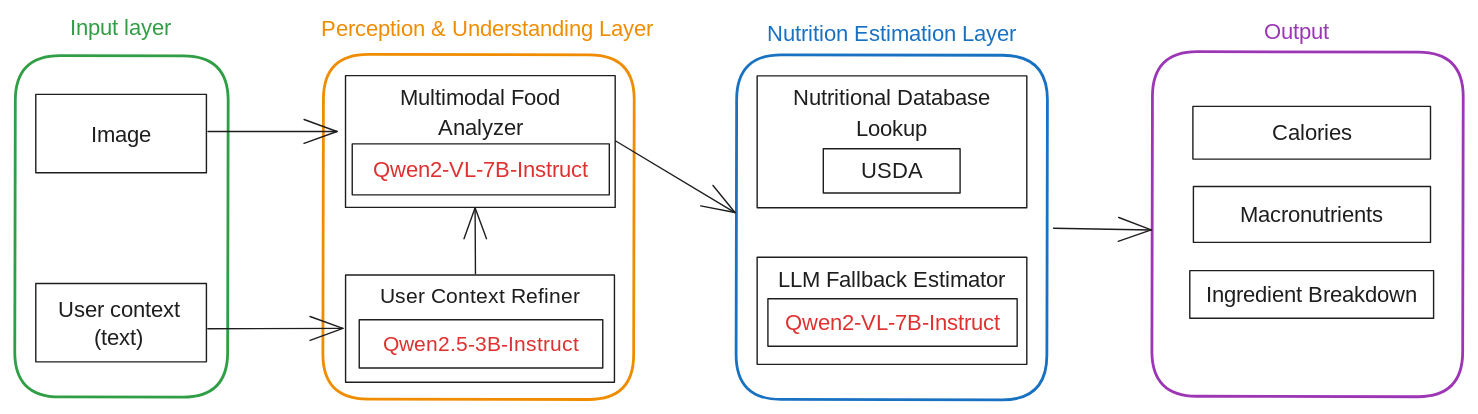
Earlier version of the Excalidraw export pipeline_arquitectura.excalidraw.svg (hepejaAED/CalorIA). Source tidied: one line per element, renumbered; positions are measured from the earlier drawing's top-left corner, leaving out a move shared by most shapes.
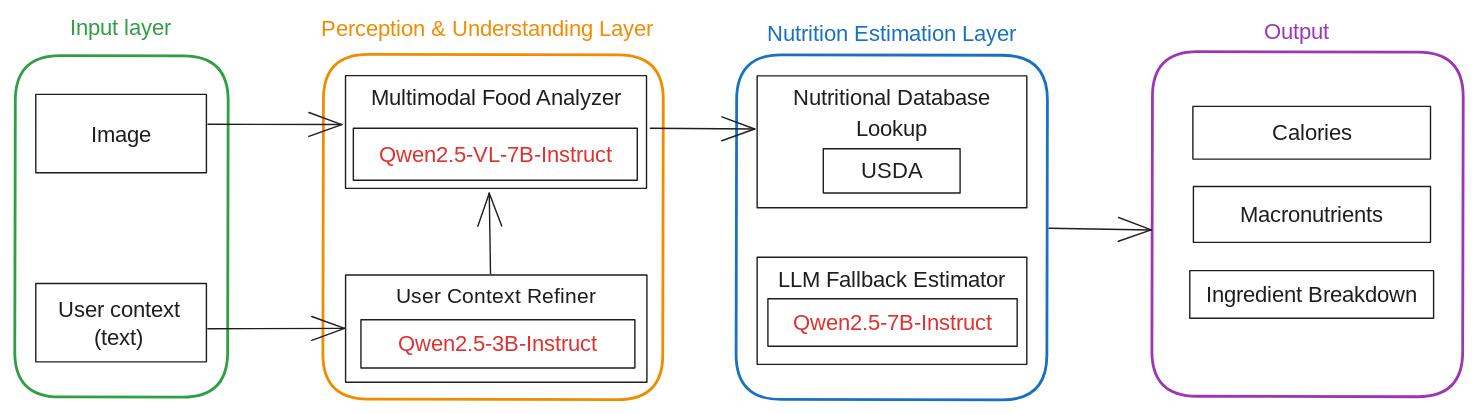
Above is the later version.

Commit message:
Cambio de modelo

Change to the diagram source:
```diff
@@ -1,25 +1,25 @@
-{"id": 0, "type": "rectangle", "strokeColor": "#f08c00", "angle": 0.0, "strokeWidth": 2, "roughness": 0, "round": true, "x": 220, "y": 29, "width": 222, "height": 246}
+{"id": 0, "type": "rectangle", "strokeColor": "#f08c00", "angle": 0.0, "strokeWidth": 2, "roughness": 0, "round": true, "x": 220, "y": 29, "width": 243, "height": 246}
 {"id": 1, "type": "rectangle", "strokeColor": "#2f9e44", "angle": 0.0, "strokeWidth": 2, "roughness": 0, "round": true, "x": 0, "y": 30, "width": 152, "height": 244}
 {"id": 2, "type": "text", "text": "Input layer", "strokeColor": "#2f9e44", "strokeWidth": 2, "roughness": 0, "fontSize": 16, "fontFamily": 6, "textAlign": "center", "x": 37, "y": 0, "width": 77, "height": 20}
 {"id": 3, "type": "rectangle", "strokeColor": "#1e1e1e", "strokeWidth": 1, "roughness": 0, "x": 15, "y": 58, "width": 122, "height": 56}
 {"id": 4, "type": "text", "text": "Image", "strokeColor": "#1e1e1e", "strokeWidth": 1, "roughness": 0, "fontSize": 16, "fontFamily": 6, "textAlign": "center", "x": 53, "y": 76, "width": 44, "height": 20}
 {"id": 5, "type": "rectangle", "strokeColor": "#1e1e1e", "strokeWidth": 1, "roughness": 0, "x": 15, "y": 193, "width": 122, "height": 56}
 {"id": 6, "type": "text", "text": "User context\n(text)", "strokeColor": "#1e1e1e", "strokeWidth": 1, "roughness": 0, "fontSize": 16, "fontFamily": 6, "textAlign": "center", "x": 28, "y": 201, "width": 92, "height": 40}
-{"id": 7, "type": "arrow", "strokeColor": "#1e1e1e", "strokeWidth": 1, "roughness": 0, "endArrowhead": "arrow", "from": 5, "to": 16, "x": 138, "y": 225, "width": 97, "height": 0, "points": [[0, 0], [97, 0]]}
+{"id": 7, "type": "arrow", "strokeColor": "#1e1e1e", "strokeWidth": 1, "roughness": 0, "endArrowhead": "arrow", "from": 5, "to": 16, "x": 138, "y": 225, "width": 98, "height": 0, "points": [[0, 0], [98, 0]]}
 {"id": 8, "type": "rectangle", "strokeColor": "#1971c2", "angle": 0.0, "strokeWidth": 2, "roughness": 0, "round": true, "x": 516, "y": 29, "width": 222, "height": 246}
-{"id": 9, "type": "rectangle", "strokeColor": "#1e1e1e", "strokeWidth": 1, "roughness": 0, "x": 236, "y": 44, "width": 193, "height": 94}
+{"id": 9, "type": "rectangle", "strokeColor": "#1e1e1e", "strokeWidth": 1, "roughness": 0, "x": 236, "y": 44, "width": 215, "height": 81}
-{"id": 10, "type": "text", "text": "Multimodal Food\nAnalyzer", "strokeColor": "#1e1e1e", "strokeWidth": 1, "roughness": 0, "fontSize": 16, "fontFamily": 6, "textAlign": "center", "inside": 9, "x": 271, "y": 49, "width": 123, "height": 43}
+{"id": 10, "type": "text", "text": "Multimodal Food Analyzer", "strokeColor": "#1e1e1e", "strokeWidth": 1, "roughness": 0, "fontSize": 16, "fontFamily": 6, "textAlign": "center", "inside": 9, "x": 249, "y": 49, "width": 191, "height": 22}
-{"id": 11, "type": "rectangle", "strokeColor": "#1e1e1e", "strokeWidth": 1, "roughness": 0, "x": 241, "y": 93, "width": 184, "height": 36}
+{"id": 11, "type": "rectangle", "strokeColor": "#1e1e1e", "strokeWidth": 1, "roughness": 0, "x": 242, "y": 82, "width": 203, "height": 37}
-{"id": 12, "type": "text", "text": "Qwen2-VL-7B-Instruct", "strokeColor": "#e03131", "strokeWidth": 1, "roughness": 0, "fontSize": 16, "fontFamily": 6, "textAlign": "center", "verticalAlign": "middle", "inside": 11, "x": 249, "y": 100, "width": 167, "height": 22}
+{"id": 12, "type": "text", "text": "Qwen2.5-VL-7B-Instruct", "strokeColor": "#e03131", "strokeWidth": 1, "roughness": 0, "fontSize": 16, "fontFamily": 6, "textAlign": "center", "verticalAlign": "middle", "inside": 11, "x": 253, "y": 89, "width": 181, "height": 22}
-{"id": 13, "type": "arrow", "strokeColor": "#1e1e1e", "strokeWidth": 1, "roughness": 0, "endArrowhead": "arrow", "from": 3, "to": 11, "x": 138, "y": 84, "width": 92, "height": 0, "points": [[0, 0], [92, 0]]}
+{"id": 13, "type": "arrow", "strokeColor": "#1e1e1e", "strokeWidth": 1, "roughness": 0, "endArrowhead": "arrow", "from": 3, "to": 11, "x": 138, "y": 79, "width": 96, "height": 0, "points": [[0, 0], [96, 0]]}
-{"id": 14, "type": "rectangle", "strokeColor": "#1e1e1e", "strokeWidth": 1, "roughness": 0, "x": 236, "y": 187, "width": 192, "height": 77}
+{"id": 14, "type": "rectangle", "strokeColor": "#1e1e1e", "strokeWidth": 1, "roughness": 0, "x": 236, "y": 187, "width": 215, "height": 77}
-{"id": 15, "type": "text", "text": "User Context Refiner\n", "strokeColor": "#1e1e1e", "strokeWidth": 1, "roughness": 0, "fontSize": 15.16, "fontFamily": 6, "textAlign": "center", "inside": 14, "x": 261, "y": 192, "width": 143, "height": 41}
+{"id": 15, "type": "text", "text": "User Context Refiner\n", "strokeColor": "#1e1e1e", "strokeWidth": 1, "roughness": 0, "fontSize": 15.16, "fontFamily": 6, "textAlign": "center", "inside": 14, "x": 273, "y": 192, "width": 143, "height": 41}
-{"id": 16, "type": "rectangle", "strokeColor": "#1e1e1e", "strokeWidth": 1, "roughness": 0, "x": 246, "y": 219, "width": 174, "height": 34}
+{"id": 16, "type": "rectangle", "strokeColor": "#1e1e1e", "strokeWidth": 1, "roughness": 0, "x": 247, "y": 219, "width": 196, "height": 34}
-{"id": 17, "type": "text", "text": "Qwen2.5-3B-Instruct", "strokeColor": "#e03131", "strokeWidth": 1, "roughness": 0, "fontSize": 15.16, "fontFamily": 6, "textAlign": "center", "verticalAlign": "middle", "inside": 16, "x": 260, "y": 226, "width": 147, "height": 20}
+{"id": 17, "type": "text", "text": "Qwen2.5-3B-Instruct", "strokeColor": "#e03131", "strokeWidth": 1, "roughness": 0, "fontSize": 16, "fontFamily": 6, "textAlign": "center", "verticalAlign": "middle", "inside": 16, "x": 268, "y": 225, "width": 155, "height": 22}
-{"id": 18, "type": "arrow", "strokeColor": "#1e1e1e", "strokeWidth": 1, "roughness": 0, "endArrowhead": "arrow", "from": 11, "to": 22, "x": 429, "y": 91, "width": 85, "height": 51, "points": [[0, 0], [85, 51]]}
+{"id": 18, "type": "arrow", "strokeColor": "#1e1e1e", "strokeWidth": 1, "roughness": 0, "endArrowhead": "arrow", "from": 11, "to": 22, "x": 454, "y": 82, "width": 75, "height": 1, "points": [[0, 0], [75, 1]]}
 {"id": 19, "type": "text", "text": "Perception & Understanding Layer", "strokeColor": "#f08c00", "strokeWidth": 2, "roughness": 1, "fontSize": 16, "fontFamily": 6, "textAlign": "center", "x": 213, "y": 0, "width": 248, "height": 22}
 {"id": 20, "type": "text", "text": "Nutrition Estimation Layer", "strokeColor": "#1971c2", "strokeWidth": 2, "roughness": 1, "fontSize": 16, "fontFamily": 6, "textAlign": "center", "x": 532, "y": 4, "width": 189, "height": 22}
-{"id": 21, "type": "arrow", "strokeColor": "#1e1e1e", "strokeWidth": 1, "roughness": 0, "endArrowhead": "arrow", "from": 14, "to": 11, "x": 329, "y": 186, "width": 0, "height": 47, "points": [[0, 0], [0, -47]]}
+{"id": 21, "type": "arrow", "strokeColor": "#1e1e1e", "strokeWidth": 1, "roughness": 0, "endArrowhead": "arrow", "from": 14, "to": 11, "x": 340, "y": 186, "width": 1, "height": 57, "points": [[0, 0], [-1, -57]]}
 {"id": 22, "type": "rectangle", "strokeColor": "#1e1e1e", "strokeWidth": 1, "roughness": 0, "x": 531, "y": 44, "width": 193, "height": 94}
 {"id": 23, "type": "text", "text": "Nutritional Database\nLookup", "strokeColor": "#1e1e1e", "strokeWidth": 1, "roughness": 0, "fontSize": 16, "fontFamily": 6, "textAlign": "center", "inside": 22, "x": 552, "y": 49, "width": 150, "height": 43}
 {"id": 24, "type": "rectangle", "strokeColor": "#1e1e1e", "strokeWidth": 1, "roughness": 0, "x": 578, "y": 96, "width": 98, "height": 32}
@@ -27,9 +27,9 @@
 {"id": 26, "type": "rectangle", "strokeColor": "#1e1e1e", "strokeWidth": 1, "roughness": 0, "x": 531, "y": 174, "width": 193, "height": 77}
 {"id": 27, "type": "text", "text": "LLM Fallback Estimator", "strokeColor": "#1e1e1e", "strokeWidth": 1, "roughness": 0, "fontSize": 16, "fontFamily": 6, "textAlign": "center", "inside": 26, "x": 542, "y": 179, "width": 169, "height": 22}
 {"id": 28, "type": "rectangle", "strokeColor": "#1e1e1e", "strokeWidth": 1, "roughness": 0, "x": 538, "y": 204, "width": 178, "height": 34}
-{"id": 29, "type": "text", "text": "Qwen2-VL-7B-Instruct", "strokeColor": "#e03131", "strokeWidth": 1, "roughness": 0, "fontSize": 16, "fontFamily": 6, "textAlign": "center", "verticalAlign": "middle", "inside": 28, "x": 544, "y": 210, "width": 167, "height": 22}
+{"id": 29, "type": "text", "text": "Qwen2.5-7B-Instruct", "strokeColor": "#e03131", "strokeWidth": 1, "roughness": 0, "fontSize": 16, "fontFamily": 6, "textAlign": "center", "verticalAlign": "middle", "inside": 28, "x": 550, "y": 210, "width": 155, "height": 22}
 {"id": 30, "type": "rectangle", "strokeColor": "#9c36b5", "angle": 0.0, "strokeWidth": 2, "roughness": 0, "round": true, "x": 813, "y": 27, "width": 222, "height": 246}
-{"id": 31, "type": "arrow", "strokeColor": "#1e1e1e", "strokeWidth": 1, "roughness": 0, "endArrowhead": "arrow", "from": 8, "to": 30, "x": 743, "y": 153, "width": 70, "height": 1, "points": [[0, 0], [70, 1]]}
+{"id": 31, "type": "arrow", "strokeColor": "#1e1e1e", "strokeWidth": 1, "roughness": 0, "endArrowhead": "arrow", "from": 22, "to": 30, "x": 739, "y": 153, "width": 73, "height": 1, "points": [[0, 0], [73, 1]]}
 {"id": 32, "type": "text", "text": "Output", "strokeColor": "#9c36b5", "strokeWidth": 2, "roughness": 1, "fontSize": 16, "fontFamily": 6, "x": 893, "y": 2, "width": 51, "height": 22}
 {"id": 33, "type": "rectangle", "strokeColor": "#1e1e1e", "strokeWidth": 1, "roughness": 0, "x": 842, "y": 66, "width": 170, "height": 38}
 {"id": 34, "type": "text", "text": "Calories", "strokeColor": "#1e1e1e", "strokeWidth": 1, "roughness": 0, "fontSize": 16, "fontFamily": 6, "textAlign": "center", "verticalAlign": "middle", "inside": 33, "x": 898, "y": 74, "width": 59, "height": 22}
```
